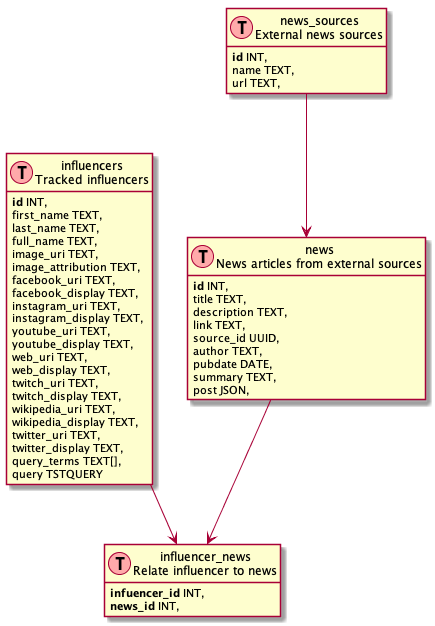
Before: docs/data-model.png, a diagram exported from PlantUML (FoxShaunR/WhatInfluence).
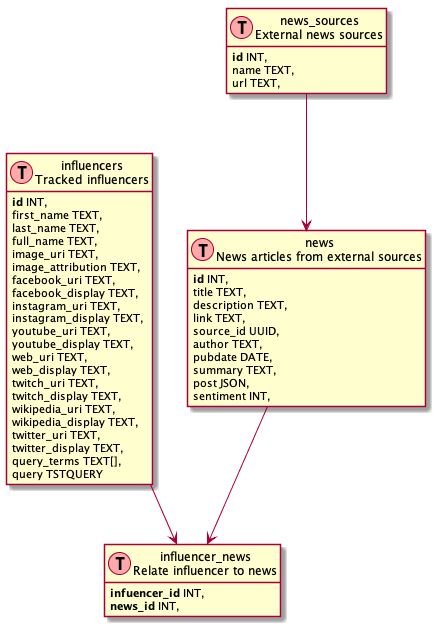
Above is the later version.

Commit message:
Add sentiment field to news

What changed in the source:
```diff
@@ -12,6 +12,7 @@
   pubdate DATE,
   summary TEXT,
   post JSON,
+  sentiment INT,
 }
 
 class news_sources as "news_sources\nExternal news sources" << (T,#FFAAAA) >> {
```
